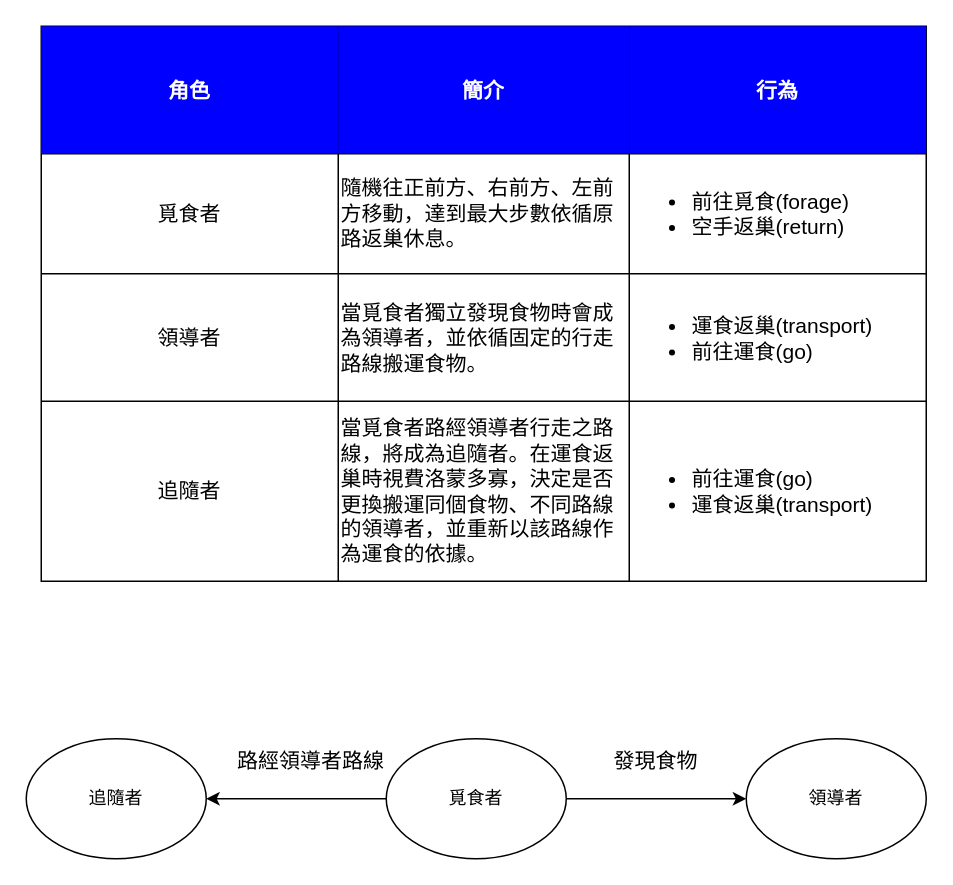
The draw.io diagram page "角色功能" (1 of 5) of Move Rule Diagram.drawio in QiuBingCheng/AntColonySimulation, before the edit. Source tidied: cells renumbered, new cells numbered last; positions are measured from the earlier drawing's top-left corner, leaving out a move shared by most shapes. Both pictures are drawn from the tidied source at 150%, with x=0, y=0 at pixel (26, 26).
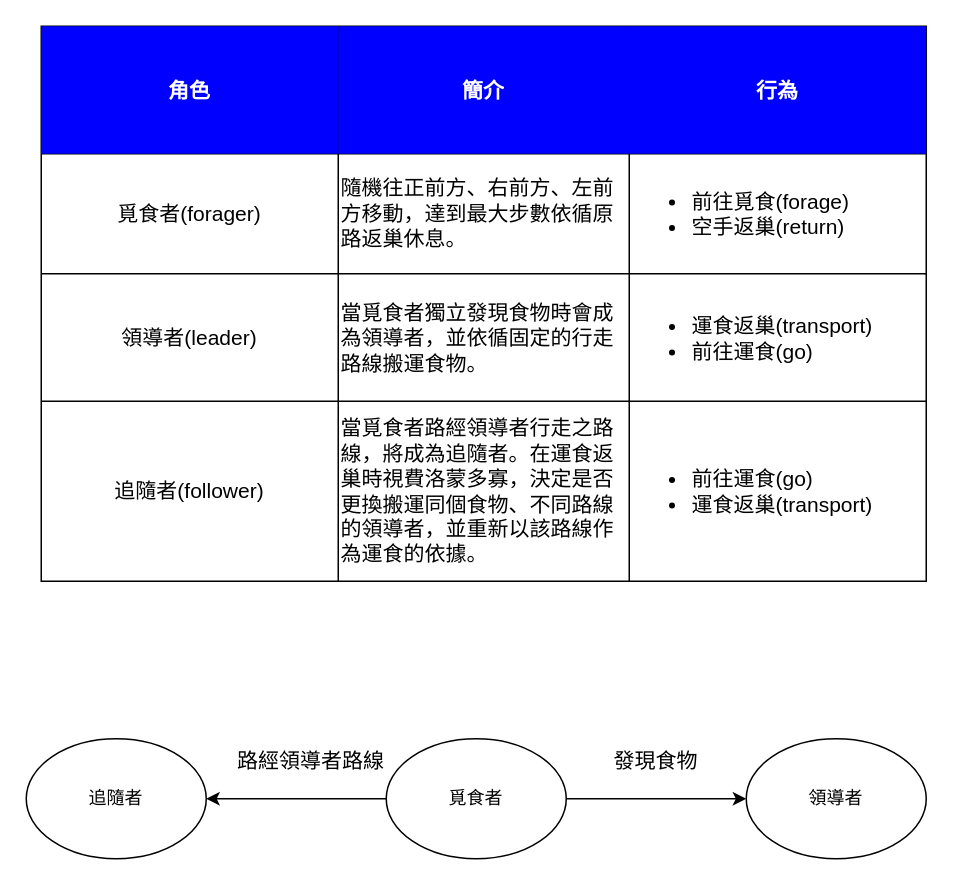
Above is the later version.

The change refers to these unchanged cells:
```xml
<mxCell id="7" style="shape=partialRectangle;html=1;whiteSpace=wrap;fillColor=none;top=0;left=0;bottom=0;right=0;" parent="2" vertex="1">
  <mxGeometry y="85" width="590" height="80" as="geometry" />
</mxCell>
<mxCell id="11" style="shape=partialRectangle;html=1;whiteSpace=wrap;fillColor=none;top=0;left=0;bottom=0;right=0;" parent="2" vertex="1">
  <mxGeometry y="165" width="590" height="85" as="geometry" />
</mxCell>
<mxCell id="15" style="shape=partialRectangle;html=1;whiteSpace=wrap;fillColor=none;top=0;left=0;bottom=0;right=0;" parent="2" vertex="1">
  <mxGeometry y="250" width="590" height="120" as="geometry" />
</mxCell>
```

Diff of the diagram source:
```diff
@@
-    <mxCell id="8" value="覓食者" style="shape=partialRectangle;html=1;whiteSpace=wrap;overflow=hidden;fillColor=none;top=0;left=0;bottom=0;right=0;fontSize=14;" parent="7" vertex="1">
+    <mxCell id="8" value="覓食者(forager)" style="shape=partialRectangle;html=1;whiteSpace=wrap;overflow=hidden;fillColor=none;top=0;left=0;bottom=0;right=0;fontSize=14;" parent="7" vertex="1">
       <mxGeometry width="198" height="80" as="geometry" />
     </mxCell>
@@
-    <mxCell id="12" value="領導者" style="shape=partialRectangle;html=1;whiteSpace=wrap;overflow=hidden;fillColor=none;top=0;left=0;bottom=0;right=0;fontSize=14;" parent="11" vertex="1">
+    <mxCell id="12" value="領導者(leader)" style="shape=partialRectangle;html=1;whiteSpace=wrap;overflow=hidden;fillColor=none;top=0;left=0;bottom=0;right=0;fontSize=14;" parent="11" vertex="1">
       <mxGeometry width="198" height="85" as="geometry" />
     </mxCell>
@@
-    <mxCell id="16" value="追隨者" style="shape=partialRectangle;html=1;whiteSpace=wrap;overflow=hidden;fillColor=none;top=0;left=0;bottom=0;right=0;fontSize=14;" parent="15" vertex="1">
+    <mxCell id="16" value="追隨者(follower)" style="shape=partialRectangle;html=1;whiteSpace=wrap;overflow=hidden;fillColor=none;top=0;left=0;bottom=0;right=0;fontSize=14;" parent="15" vertex="1">
       <mxGeometry width="198" height="120" as="geometry" />
     </mxCell>
```
